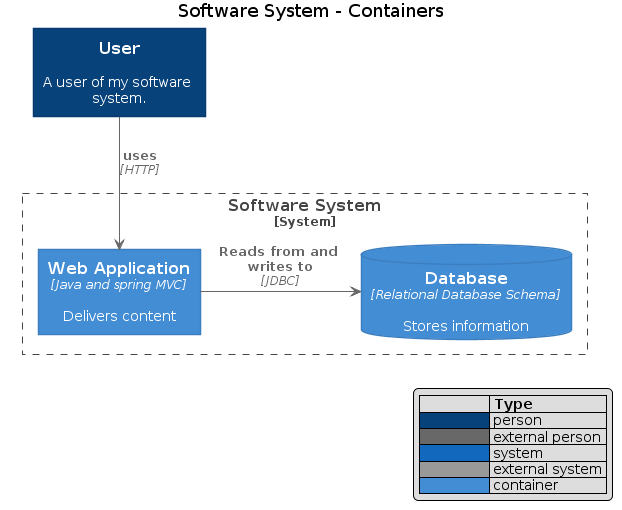
structurizr/dotnet-extensions keeps this PlantUML diagram as docs/images/c4-plantuml-getting-started2.png. Above is the earlier version.
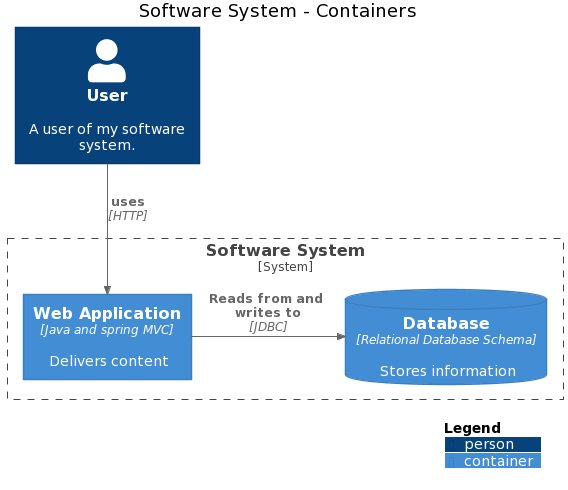
After the commit.

Commit message:
C4PlantUmlWriter: update generated source to new C4PlantUml stdlib v2.2.0 - Update c4-plantuml.md docu

What changed in the source:
```diff
@@ -1,154 +1,15 @@
 @startuml
-
-
-
-
-
-skinparam defaultTextAlignment center
-
-skinparam wrapWidth 200
-skinparam maxMessageSize 150
-
-skinparam rectangle {
-    StereotypeFontSize 12
-    shadowing false
-}
-
-skinparam database {
-    StereotypeFontSize 12
-    shadowing false
-}
-
-skinparam Arrow {
-    Color #666666
-    FontColor #666666
-    FontSize 12
-}
-
-skinparam rectangle<<boundary>> {
-    Shadowing false
-    StereotypeFontSize 0
-    FontColor #444444
-    BorderColor #444444
-    BorderStyle dashed
-}
-
-
-
-
-
-
-
-
-
-
-
-
-
-
-
-
-
-
-
-
-
-
-skinparam rectangle<<person>> {
-    StereotypeFontColor #FFFFFF
-    FontColor #FFFFFF
-    BackgroundColor #08427B
-    BorderColor #073B6F
-}
-
-skinparam rectangle<<external_person>> {
-    StereotypeFontColor #FFFFFF
-    FontColor #FFFFFF
-    BackgroundColor #686868
-    BorderColor #8A8A8A
-}
-
-skinparam rectangle<<system>> {
-    StereotypeFontColor #FFFFFF
-    FontColor #FFFFFF
-    BackgroundColor #1168BD
-    BorderColor #3C7FC0
-}
-
-skinparam rectangle<<external_system>> {
-    StereotypeFontColor #FFFFFF
-    FontColor #FFFFFF
-    BackgroundColor #999999
-    BorderColor #8A8A8A
-}
-
-skinparam database<<system>> {
-    StereotypeFontColor #FFFFFF
-    FontColor #FFFFFF
-    BackgroundColor #1168BD
-    BorderColor #3C7FC0
-}
-
-skinparam database<<external_system>> {
-    StereotypeFontColor #FFFFFF
-    FontColor #FFFFFF
-    BackgroundColor #999999
-    BorderColor #8A8A8A
-}
-
-
-
-
-
-
-
-
-
-
-
-
-
-
-
-
-skinparam rectangle<<container>> {
-    StereotypeFontColor #FFFFFF
-    FontColor #FFFFFF
-    BackgroundColor #438DD5
-    BorderColor #3C7FC0
-}
-
-skinparam database<<container>> {
-    StereotypeFontColor #FFFFFF
-    FontColor #FFFFFF
-    BackgroundColor #438DD5
-    BorderColor #3C7FC0
-}
-
-
-
-
-
-
-
+!include <C4/C4_Container>
 
 title Software System - Containers
 
-hide stereotype
-legend right
-|=              |= Type |
-|<#08427B>      | person |
-|<#686868>      | external person |
-|<#1168BD>   | system |
-|<#999999>      | external system |
-|<#438DD5>   | container |
-endlegend
+Person(User__378734a, "User", "A user of my software system.")
+System_Boundary(SoftwareSystem__33c0d9d, "Software System") {
+  ContainerDb(SoftwareSystem__Database__202c666, "Database", "Relational Database Schema", "Stores information")
+  Container(SoftwareSystem__WebApplication__2004eee, "Web Application", "Java and spring MVC", "Delivers content")
+}
+Rel(User__378734a, SoftwareSystem__WebApplication__2004eee, "uses", "HTTP")
+Rel_Right(SoftwareSystem__WebApplication__2004eee, SoftwareSystem__Database__202c666, "Reads from and writes to", "JDBC")
 
-rectangle "==User\n\n A user of my software system." <<person>> as User__378734a
-rectangle "==Software System\n<size:12>[System]</size>" <<boundary>> as SoftwareSystem__33c0d9d {
-  database "==Database\n//<size:12>[Relational Database Schema]</size>//\n\n Stores information" <<container>> as SoftwareSystem__Database__202c666
-  rectangle "==Web Application\n//<size:12>[Java and spring MVC]</size>//\n\n Delivers content" <<container>> as SoftwareSystem__WebApplication__2004eee
-}
-User__378734a --> SoftwareSystem__WebApplication__2004eee : "===uses\n//<size:12>[HTTP]</size>//"
-SoftwareSystem__WebApplication__2004eee -RIGHT-> SoftwareSystem__Database__202c666 : "===Reads from and writes to\n//<size:12>[JDBC]</size>//"
+SHOW_LEGEND()
 @enduml
```
